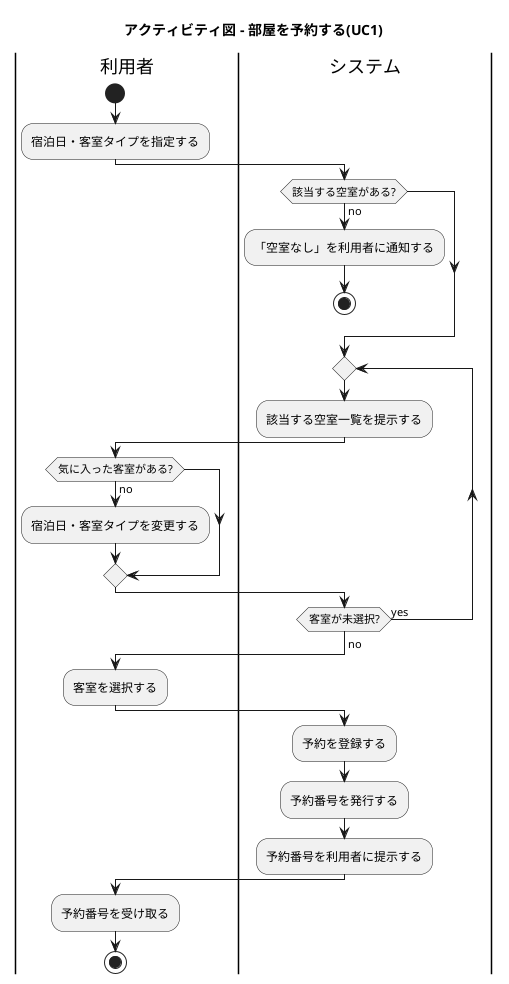
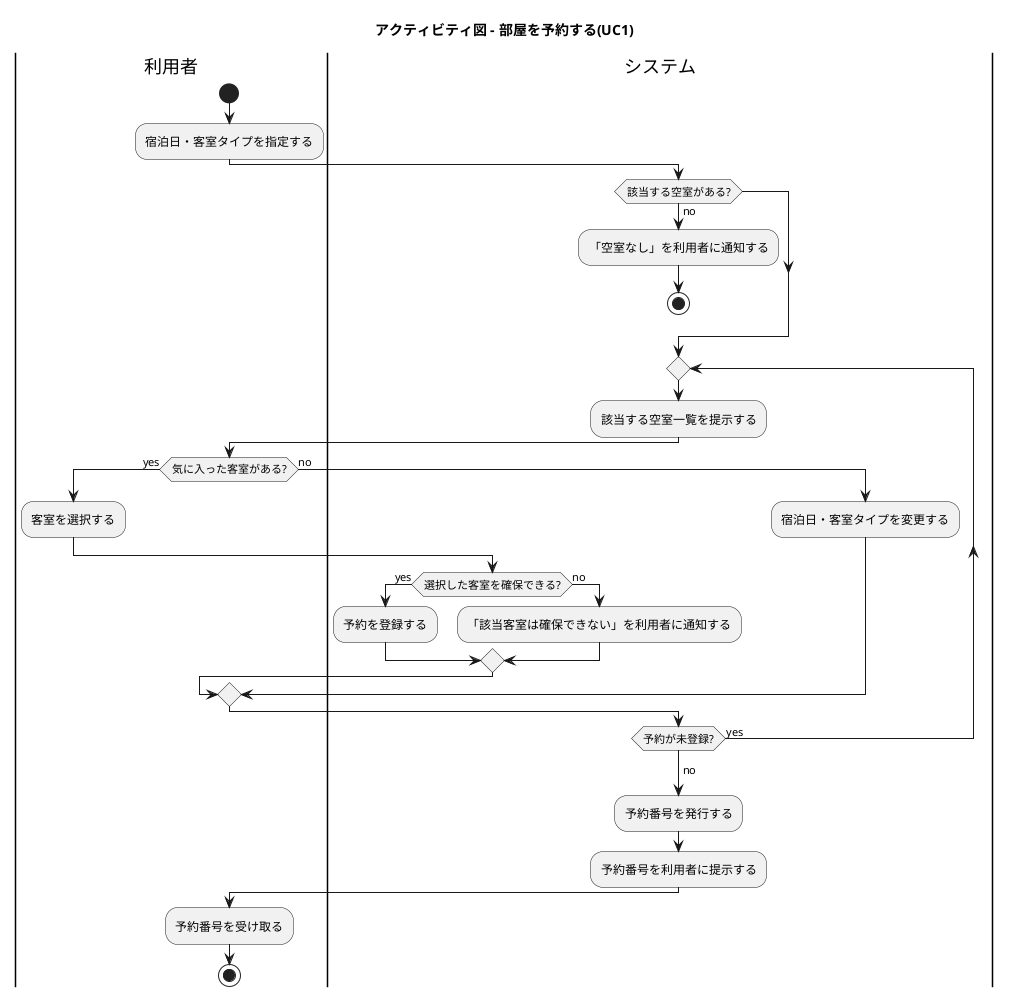
@startuml activity_diagram_reserve
title アクティビティ図 - 部屋を予約する(UC1)

|利用者|
start
:宿泊日・客室タイプを指定する;
|システム|
if (該当する空室がある?) then (no)
  :「空室なし」を利用者に通知する;
  stop
endif
repeat
  :該当する空室一覧を提示する;
  |利用者|
-   if (気に入った客室がある?) then (no)
+   if (気に入った客室がある?) then (yes)
+     :客室を選択する;
+     |システム|
+     if (選択した客室を確保できる?) then (yes)
+       :予約を登録する;
+     else (no)
+       :「該当客室は確保できない」を利用者に通知する;
+     endif
+   else (no)
    :宿泊日・客室タイプを変更する;
+     |システム|
  endif
-   |システム|
- repeat while (客室が未選択?) is (yes)
+ repeat while (予約が未登録?) is (yes)
->no;
- |利用者|
- :客室を選択する;
- |システム|
- :予約を登録する;
:予約番号を発行する;
:予約番号を利用者に提示する;
|利用者|
:予約番号を受け取る;
stop

@enduml
